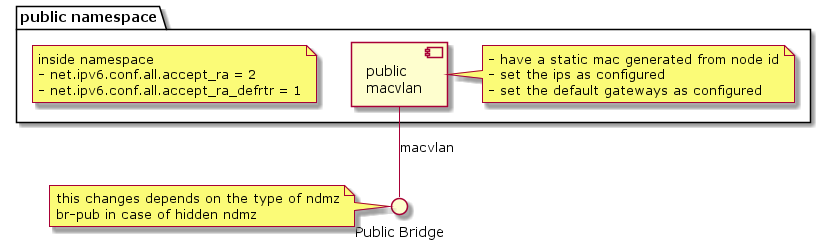
Earlier version of the PlantUML export docs/network/topology/png/public-namespace.png (threefoldtech/zos).
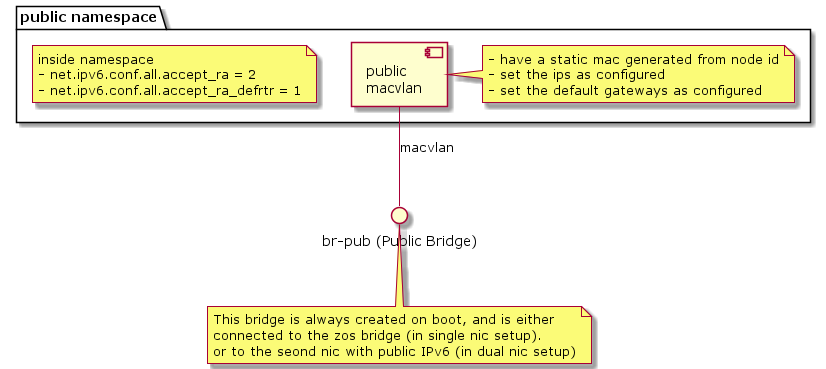
After the change.

What changed in the source:
```diff
@@ -1,10 +1,11 @@
 @startuml
 
-() "Public Bridge" as brpub
+() "br-pub (Public Bridge)" as brpub
 
-note left of brpub
-this changes depends on the type of ndmz
-br-pub in case of hidden ndmz
+note bottom of brpub
+This bridge is always created on boot, and is either
+connected to the zos bridge (in single nic setup).
+or to the seond nic with public IPv6 (in dual nic setup)
 end note
 
 
```
